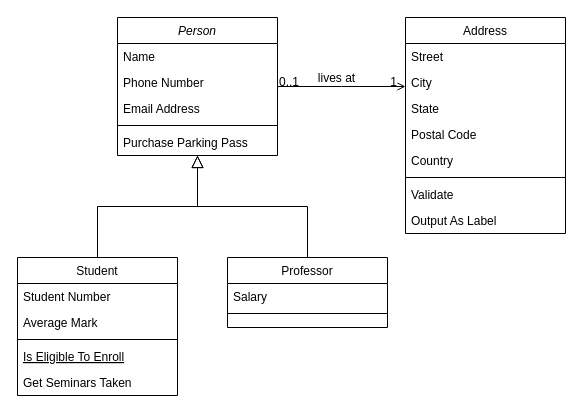
Before: Diagrama sin título.drawio in Cristian171/UniGit, a draw.io diagram. Source tidied: cells renumbered, new cells numbered last; positions are measured from the earlier drawing's top-left corner, leaving out a move shared by most shapes. Both pictures are drawn from the tidied source at 100%, with x=0, y=0 at pixel (17, 17).
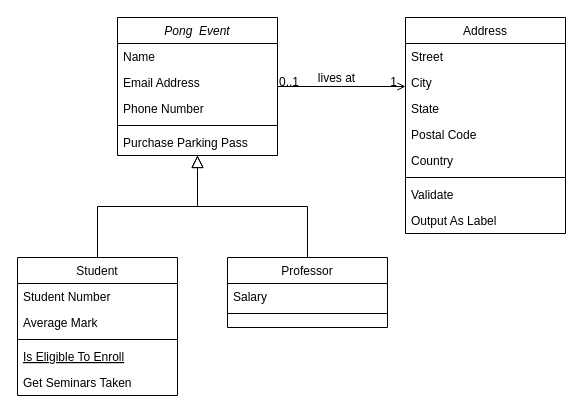
The same page after the edit.

What changed in the source:
```diff
@@
-    <mxCell id="2" value="Person" style="swimlane;fontStyle=2;align=center;verticalAlign=top;horizontal=1;startSize=26;rounded=0;shadow=0;strokeWidth=1;" parent="1" vertex="1">
+    <mxCell id="2" value="Pong  Event" style="swimlane;fontStyle=2;align=center;verticalAlign=top;horizontal=1;startSize=26;rounded=0;shadow=0;strokeWidth=1;" parent="1" vertex="1">
       <mxGeometry x="100" width="160" height="138" as="geometry" />
     </mxCell>
@@
+    <mxCell id="5" value="Email Address" style="text;align=left;verticalAlign=top;spacingLeft=4;spacingRight=4;overflow=hidden;rounded=0;shadow=0;html=0;" parent="2" vertex="1">
+      <mxGeometry y="52" width="160" height="26" as="geometry" />
+    </mxCell>
     <mxCell id="4" value="Phone Number" style="text;align=left;verticalAlign=top;spacingLeft=4;spacingRight=4;overflow=hidden;rounded=0;shadow=0;html=0;" parent="2" vertex="1">
-      <mxGeometry y="52" width="160" height="26" as="geometry" />
+      <mxGeometry y="78" width="160" height="26" as="geometry" />
     </mxCell>
-    <mxCell id="5" value="Email Address" style="text;align=left;verticalAlign=top;spacingLeft=4;spacingRight=4;overflow=hidden;rounded=0;shadow=0;html=0;" parent="2" vertex="1">
-      <mxGeometry y="78" width="160" height="26" as="geometry" />
-    </mxCell>
```
